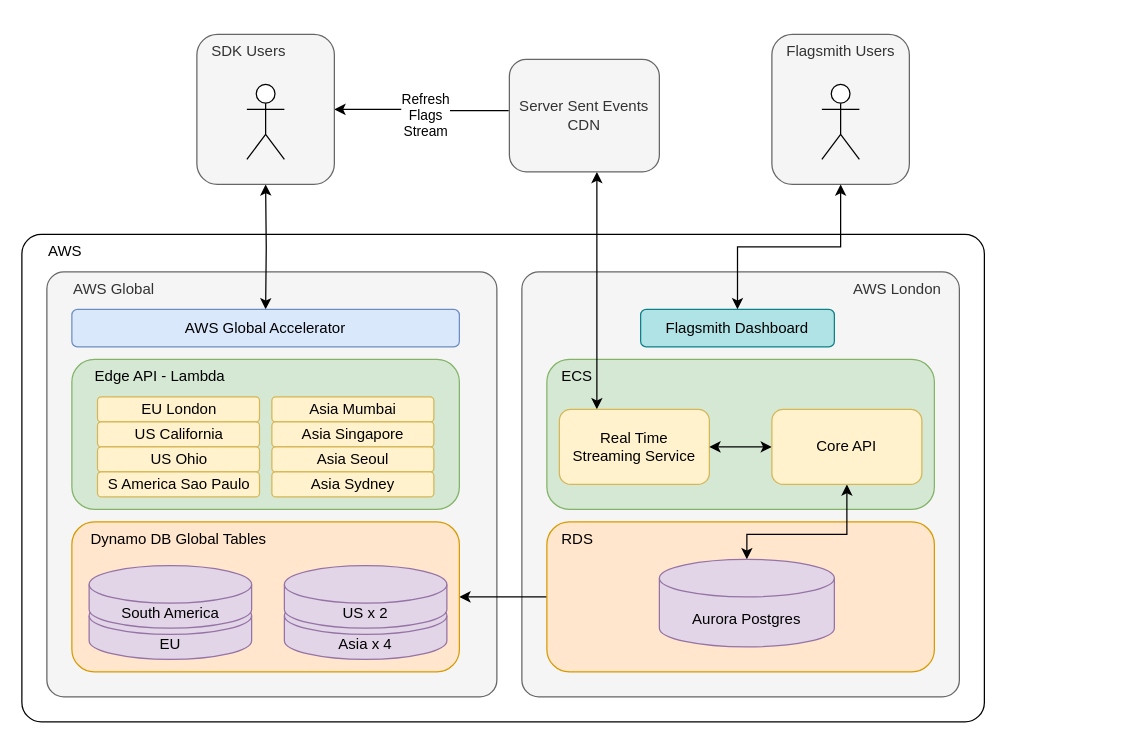
The draw.io diagram page "SaaS" (2 of 3) of docs/docs/diagrams/Architecture.drawio in Flagsmith/flagsmith, before the edit. Source tidied: cells renumbered, new cells numbered last; positions are measured from the earlier drawing's top-left corner, leaving out a move shared by most shapes. Both pictures are drawn from the tidied source at 125%, with x=0, y=0 at pixel (21, 34).
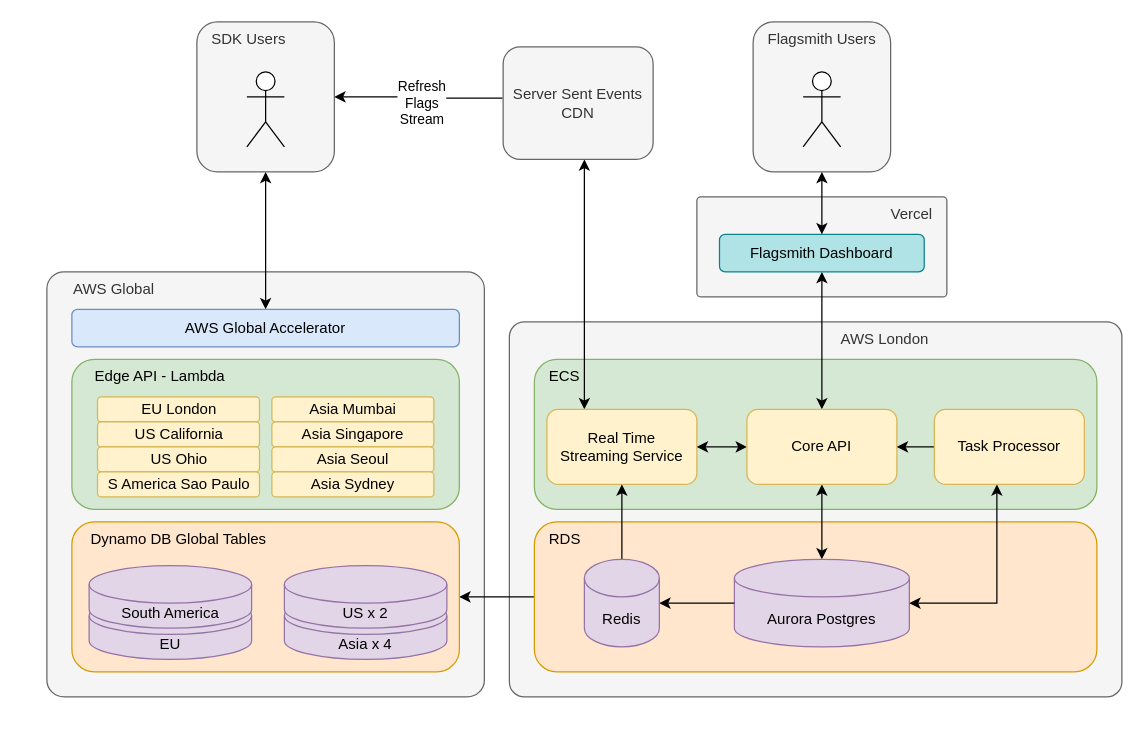
The same diagram, later.

The change refers to these unchanged cells:
```xml
<mxCell id="26" value="AWS Global Accelerator" style="rounded=1;whiteSpace=wrap;html=1;align=center;verticalAlign=middle;fillColor=#dae8fc;strokeColor=#6c8ebf;" parent="1" vertex="1">
  <mxGeometry x="40" y="220" width="310" height="30" as="geometry" />
</mxCell>
<mxCell id="39" value="&amp;nbsp; &amp;nbsp;SDK Users" style="rounded=1;whiteSpace=wrap;html=1;align=left;verticalAlign=top;fillColor=#f5f5f5;fontColor=#333333;strokeColor=#666666;" parent="38" vertex="1">
  <mxGeometry width="110" height="120" as="geometry" />
</mxCell>
```

Diff of the diagram source:
```diff
@@
-    <mxCell id="2" value="&amp;nbsp; &amp;nbsp; &amp;nbsp; AWS" style="rounded=1;whiteSpace=wrap;html=1;align=left;verticalAlign=top;glass=0;sketch=0;arcSize=4;" parent="1" vertex="1">
-      <mxGeometry y="160" width="770" height="390" as="geometry" />
-    </mxCell>
+    <mxCell id="42" value="&amp;nbsp; &amp;nbsp; &amp;nbsp; &amp;nbsp; &amp;nbsp; &amp;nbsp; &amp;nbsp; &amp;nbsp; &amp;nbsp; &amp;nbsp; &amp;nbsp; &amp;nbsp; &amp;nbsp; &amp;nbsp; &amp;nbsp; &amp;nbsp; &amp;nbsp; &amp;nbsp; &amp;nbsp; &amp;nbsp; &amp;nbsp; &amp;nbsp; &amp;nbsp; Vercel" style="rounded=1;whiteSpace=wrap;html=1;align=left;verticalAlign=top;glass=0;sketch=0;arcSize=4;fillColor=#f5f5f5;fontColor=#333333;strokeColor=#666666;" parent="1" vertex="1">
+      <mxGeometry x="540" y="130" width="200" height="80" as="geometry" />
+    </mxCell>
     <mxCell id="3" value="&amp;nbsp; &amp;nbsp; &amp;nbsp; AWS Global" style="rounded=1;whiteSpace=wrap;html=1;align=left;verticalAlign=top;glass=0;sketch=0;arcSize=4;fillColor=#f5f5f5;fontColor=#333333;strokeColor=#666666;" parent="1" vertex="1">
-      <mxGeometry x="20" y="190" width="360" height="340" as="geometry" />
+      <mxGeometry x="20" y="190" width="350" height="340" as="geometry" />
     </mxCell>
     <mxCell id="4" value="&amp;nbsp; &amp;nbsp; &amp;nbsp; &amp;nbsp; &amp;nbsp; &amp;nbsp; &amp;nbsp; &amp;nbsp; &amp;nbsp; &amp;nbsp; &amp;nbsp; &amp;nbsp; &amp;nbsp; &amp;nbsp; &amp;nbsp; &amp;nbsp; &amp;nbsp; &amp;nbsp; &amp;nbsp; &amp;nbsp; &amp;nbsp; &amp;nbsp; &amp;nbsp; &amp;nbsp; &amp;nbsp; &amp;nbsp; &amp;nbsp; &amp;nbsp; &amp;nbsp; &amp;nbsp; &amp;nbsp; &amp;nbsp; &amp;nbsp; &amp;nbsp; &amp;nbsp; &amp;nbsp; &amp;nbsp; &amp;nbsp; &amp;nbsp; &amp;nbsp;AWS London" style="rounded=1;whiteSpace=wrap;html=1;align=left;verticalAlign=top;glass=0;sketch=0;arcSize=4;fillColor=#f5f5f5;fontColor=#333333;strokeColor=#666666;" parent="1" vertex="1">
-      <mxGeometry x="400" y="190" width="350" height="340" as="geometry" />
+      <mxGeometry x="390" y="230" width="490" height="300" as="geometry" />
     </mxCell>
     <mxCell id="5" value="&amp;nbsp; &amp;nbsp;ECS" style="rounded=1;whiteSpace=wrap;html=1;align=left;verticalAlign=top;fillColor=#d5e8d4;strokeColor=#82b366;" parent="1" vertex="1">
-      <mxGeometry x="420" y="260" width="310" height="120" as="geometry" />
+      <mxGeometry x="410" y="260" width="450" height="120" as="geometry" />
     </mxCell>
@@
     <mxCell id="7" value="&amp;nbsp; &amp;nbsp;RDS" style="rounded=1;whiteSpace=wrap;html=1;align=left;verticalAlign=top;fillColor=#ffe6cc;strokeColor=#d79b00;" parent="1" vertex="1">
-      <mxGeometry x="420" y="390" width="310" height="120" as="geometry" />
+      <mxGeometry x="410" y="390" width="450" height="120" as="geometry" />
     </mxCell>
     <mxCell id="8" style="edgeStyle=orthogonalEdgeStyle;rounded=0;jettySize=auto;html=1;entryX=0.5;entryY=0;entryDx=0;entryDy=0;entryPerimeter=0;exitX=0.5;exitY=1;exitDx=0;exitDy=0;startArrow=classic;startFill=1;" parent="1" edge="1" source="34" target="11">
       <mxGeometry relative="1" as="geometry">
         <Array as="points">
-          <mxPoint x="660" y="400" />
-          <mxPoint x="580" y="400" />
+          <mxPoint x="640" y="410" />
+          <mxPoint x="640" y="410" />
         </Array>
       </mxGeometry>
     </mxCell>
     <mxCell id="9" style="edgeStyle=orthogonalEdgeStyle;rounded=0;jettySize=auto;html=1;startArrow=classic;startFill=1;endArrow=classic;endFill=1;" parent="1" edge="1" source="10" target="14">
       <mxGeometry relative="1" as="geometry">
         <Array as="points">
-          <mxPoint x="460" y="170" />
-          <mxPoint x="460" y="170" />
+          <mxPoint x="450" y="170" />
+          <mxPoint x="450" y="170" />
         </Array>
       </mxGeometry>
     </mxCell>
     <mxCell id="10" value="Real Time&lt;br&gt;Streaming Service" style="rounded=1;whiteSpace=wrap;html=1;fillColor=#fff2cc;strokeColor=#d6b656;" parent="1" vertex="1">
-      <mxGeometry x="430" y="300" width="120" height="60" as="geometry" />
+      <mxGeometry x="420" y="300" width="120" height="60" as="geometry" />
     </mxCell>
     <mxCell id="11" value="Aurora Postgres" style="shape=cylinder3;whiteSpace=wrap;html=1;boundedLbl=1;backgroundOutline=1;size=15;fillColor=#e1d5e7;strokeColor=#9673a6;" parent="1" vertex="1">
-      <mxGeometry x="510" y="420" width="140" height="70" as="geometry" />
+      <mxGeometry x="570" y="420" width="140" height="70" as="geometry" />
     </mxCell>
@@
     <mxCell id="14" value="Server Sent Events&lt;br&gt;CDN" style="rounded=1;whiteSpace=wrap;html=1;align=center;verticalAlign=middle;fillColor=#f5f5f5;fontColor=#333333;strokeColor=#666666;" parent="1" vertex="1">
-      <mxGeometry x="390" y="20" width="120" height="90" as="geometry" />
+      <mxGeometry x="385" y="10" width="120" height="90" as="geometry" />
     </mxCell>
@@
-    <mxCell id="21" style="edgeStyle=orthogonalEdgeStyle;rounded=0;jettySize=auto;html=1;startArrow=classic;startFill=1;endArrow=classic;endFill=1;" parent="1" edge="1" target="26">
-      <mxGeometry relative="1" as="geometry">
-        <mxPoint x="195" y="120" as="sourcePoint" />
-      </mxGeometry>
+    <mxCell id="21" style="edgeStyle=orthogonalEdgeStyle;rounded=0;jettySize=auto;html=1;startArrow=classic;startFill=1;endArrow=classic;endFill=1;" parent="1" edge="1" source="39" target="26">
+      <mxGeometry relative="1" as="geometry" />
     </mxCell>
@@
+    <mxCell id="43" style="edgeStyle=orthogonalEdgeStyle;rounded=0;jettySize=auto;html=1;startArrow=classic;startFill=1;" parent="1" edge="1" source="27" target="34">
+      <mxGeometry relative="1" as="geometry" />
+    </mxCell>
     <mxCell id="27" value="Flagsmith Dashboard" style="rounded=1;whiteSpace=wrap;html=1;align=center;verticalAlign=middle;fillColor=#b0e3e6;strokeColor=#0e8088;" parent="1" vertex="1">
-      <mxGeometry x="495" y="220" width="155" height="30" as="geometry" />
+      <mxGeometry x="558.1" y="160" width="163.8" height="30" as="geometry" />
     </mxCell>
@@
     <mxCell id="34" value="Core API" style="rounded=1;whiteSpace=wrap;html=1;fillColor=#fff2cc;strokeColor=#d6b656;" parent="1" vertex="1">
-      <mxGeometry x="600" y="300" width="120" height="60" as="geometry" />
+      <mxGeometry x="580" y="300" width="120" height="60" as="geometry" />
     </mxCell>
     <mxCell id="35" style="group;" parent="1" vertex="1">
-      <mxGeometry x="600" width="110" height="120" as="geometry" />
+      <mxGeometry x="585" y="-10" width="110" height="120" as="geometry" />
     </mxCell>
@@
     <mxCell id="38" style="group;" parent="1" vertex="1">
-      <mxGeometry x="140" width="110" height="120" as="geometry" />
+      <mxGeometry x="140" y="-10" width="110" height="120" as="geometry" />
     </mxCell>
@@
+    <mxCell id="44" style="edgeStyle=orthogonalEdgeStyle;rounded=0;jettySize=auto;html=1;" parent="1" edge="1" source="46" target="10">
+      <mxGeometry relative="1" as="geometry" />
+    </mxCell>
+    <mxCell id="45" style="edgeStyle=orthogonalEdgeStyle;rounded=0;jettySize=auto;html=1;startArrow=classic;startFill=1;endArrow=none;endFill=0;" parent="1" edge="1" source="46" target="11">
+      <mxGeometry relative="1" as="geometry" />
+    </mxCell>
+    <mxCell id="46" value="Redis" style="shape=cylinder3;whiteSpace=wrap;html=1;boundedLbl=1;backgroundOutline=1;size=15;fillColor=#e1d5e7;strokeColor=#9673a6;" parent="1" vertex="1">
+      <mxGeometry x="450" y="420" width="60" height="70" as="geometry" />
+    </mxCell>
+    <mxCell id="47" style="edgeStyle=orthogonalEdgeStyle;rounded=0;jettySize=auto;html=1;" parent="1" edge="1" source="49" target="34">
+      <mxGeometry relative="1" as="geometry" />
+    </mxCell>
+    <mxCell id="48" style="edgeStyle=orthogonalEdgeStyle;rounded=0;jettySize=auto;html=1;entryX=1;entryY=0.5;entryDx=0;entryDy=0;entryPerimeter=0;startArrow=classic;startFill=1;" parent="1" edge="1" source="49" target="11">
+      <mxGeometry relative="1" as="geometry">
+        <Array as="points">
+          <mxPoint x="780" y="455" />
+        </Array>
+      </mxGeometry>
+    </mxCell>
+    <mxCell id="49" value="Task Processor" style="rounded=1;whiteSpace=wrap;html=1;fillColor=#fff2cc;strokeColor=#d6b656;" parent="1" vertex="1">
+      <mxGeometry x="730" y="300" width="120" height="60" as="geometry" />
+    </mxCell>
```
